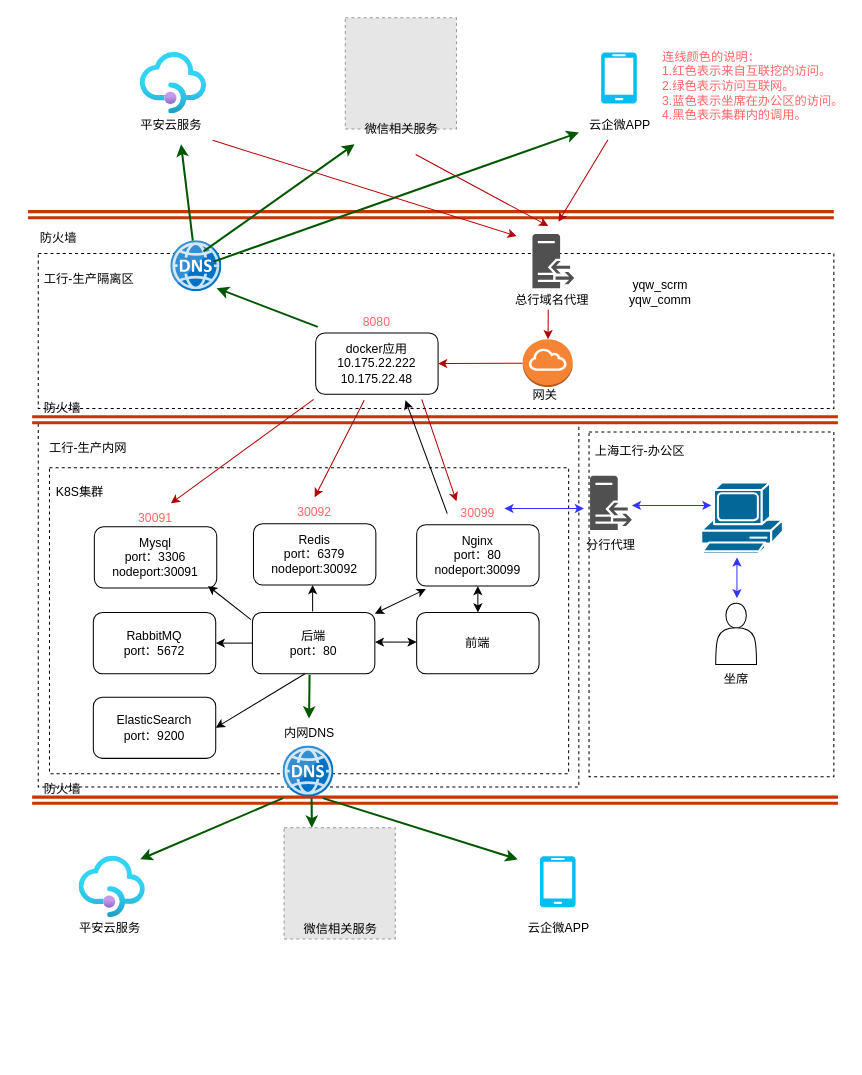
The draw.io diagram module8/工行-3.1.drawio in csmiao168/go_study, before the edit. Source tidied: cells renumbered, new cells numbered last; positions are measured from the earlier drawing's top-left corner, leaving out a move shared by most shapes. Both pictures are drawn from the tidied source at 102%, with x=0, y=0 at pixel (17, 17). Pictures stored in the file or linked from it are replaced by grey dashed boxes.
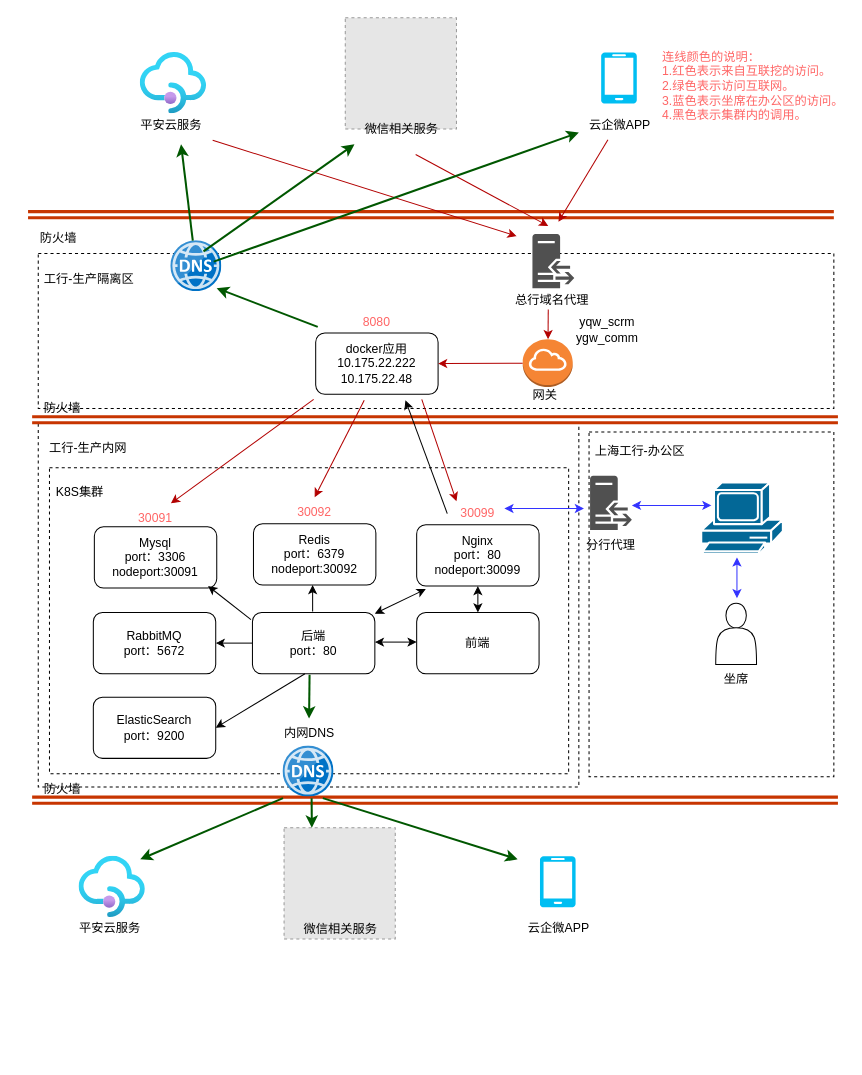
After the change.

Diff of the diagram source:
```diff
@@
-    <mxCell id="98" value="yqw_scrm&lt;div&gt;yqw_comm&lt;/div&gt;" style="text;html=1;align=center;verticalAlign=middle;whiteSpace=wrap;rounded=0;" parent="1" vertex="1">
-      <mxGeometry x="600" y="254" width="60" height="30" as="geometry" />
+    <mxCell id="98" value="yqw_scrm&lt;div&gt;ygw_comm&lt;/div&gt;" style="text;html=1;align=center;verticalAlign=middle;whiteSpace=wrap;rounded=0;" parent="1" vertex="1">
+      <mxGeometry x="547.8" y="291" width="60" height="30" as="geometry" />
     </mxCell>
```
